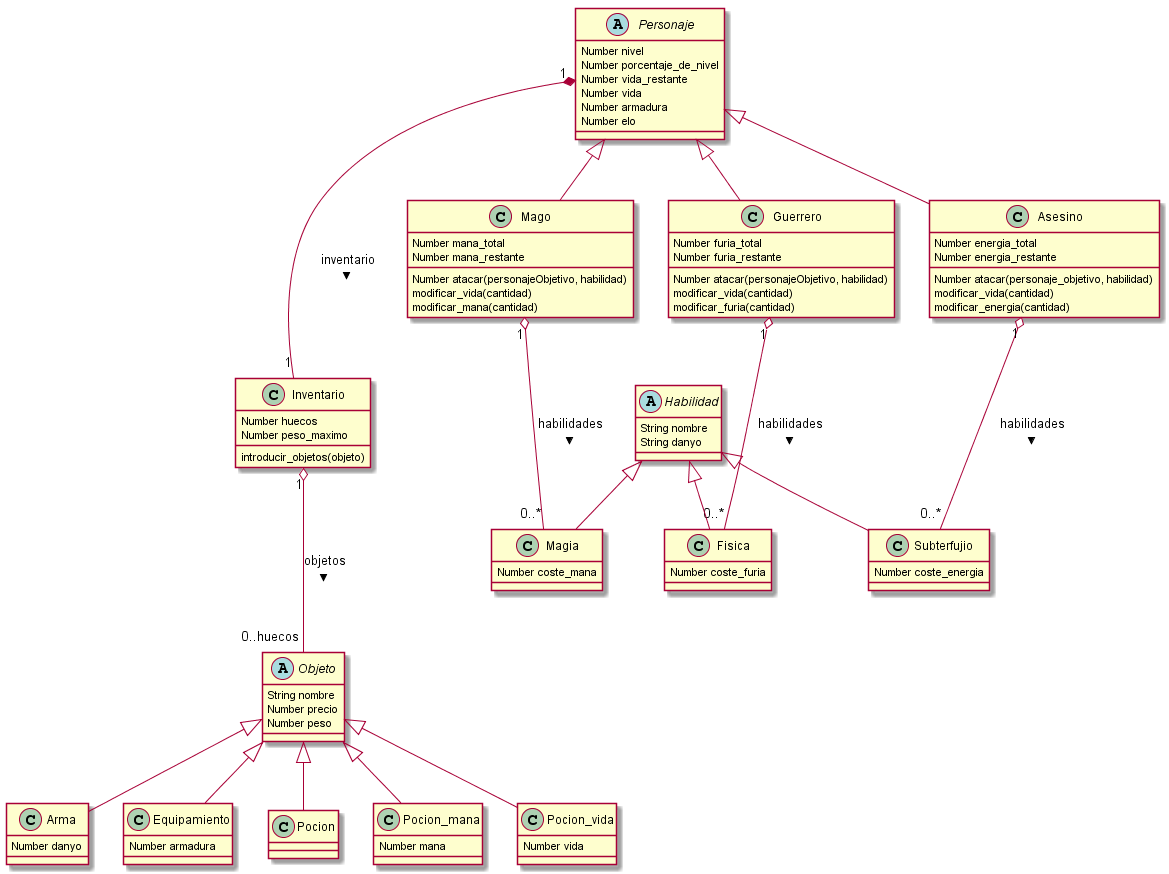
Earlier version of the PlantUML export out/DiagramaClases/DiagramaClases.png (manelme/alan-game).
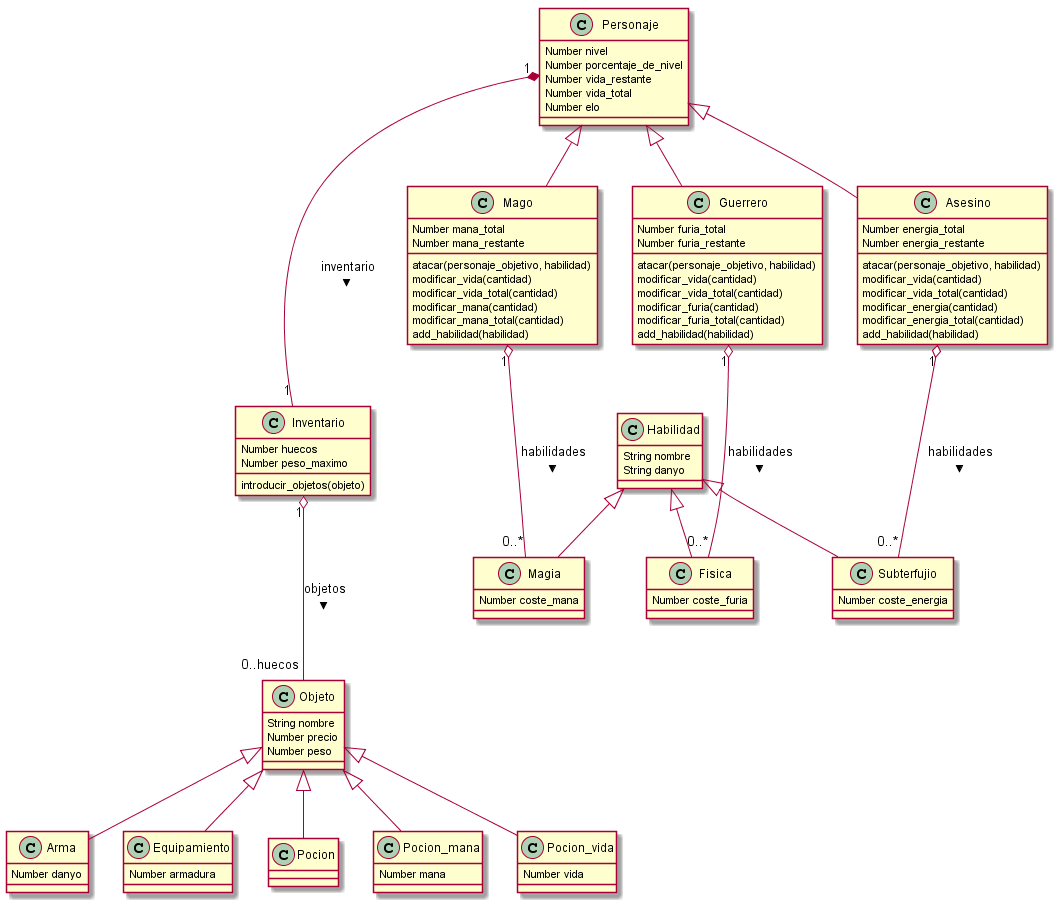
After the change.

Commit message:
modificado diagrama y README.md

What changed in the source:
```diff
@@ -20,36 +20,44 @@
 Objeto <|-- Pocion_mana
 Objeto <|-- Pocion_vida
 
-abstract Personaje {
+class Personaje {
     Number nivel
     Number porcentaje_de_nivel
     Number vida_restante
-    Number vida
-    Number armadura
+    Number vida_total
     Number elo
 }
 class Guerrero{
     Number furia_total
     Number furia_restante
-    Number atacar(personajeObjetivo, habilidad)
+    atacar(personaje_objetivo, habilidad)
     modificar_vida(cantidad)
+    modificar_vida_total(cantidad)
     modificar_furia(cantidad)
+    modificar_furia_total(cantidad)
+    add_habilidad(habilidad)
 }
 class Mago{
     Number mana_total
     Number mana_restante
-    Number atacar(personajeObjetivo, habilidad)
+    atacar(personaje_objetivo, habilidad)
     modificar_vida(cantidad)
+    modificar_vida_total(cantidad)
     modificar_mana(cantidad)
+    modificar_mana_total(cantidad)
+    add_habilidad(habilidad)
 }
 class Asesino{
     Number energia_total
     Number energia_restante
-    Number atacar(personaje_objetivo, habilidad)
+    atacar(personaje_objetivo, habilidad)
     modificar_vida(cantidad)
+    modificar_vida_total(cantidad)
     modificar_energia(cantidad)
+    modificar_energia_total(cantidad)
+    add_habilidad(habilidad)
 }
-abstract Objeto{
+class Objeto{
     String nombre
     Number precio
     Number peso
@@ -71,7 +79,7 @@
 class Pocion_vida{
     Number vida
 }
-abstract Habilidad{
+class Habilidad{
     String nombre
     String danyo
 }
```
